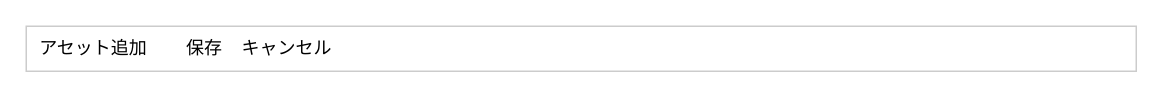
kwgt/luwiki keeps this draw.io diagram as page "編集画面 - 操作ボタンレイアウトのコピー" (6 of 7) of docs/fig/view-page_layout.drawio. Above is the earlier version. Source tidied: cells renumbered, new cells numbered last; positions are measured from the earlier drawing's top-left corner, leaving out a move shared by most shapes. Both pictures are drawn from the tidied source at 150%, with x=0, y=0 at pixel (26, 26).
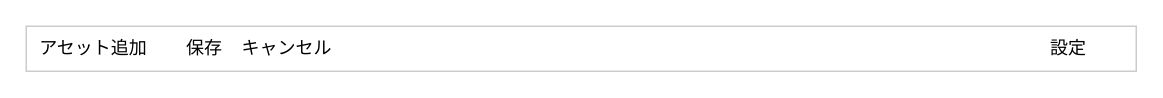
After the change.

The edit, as a diff of the source:
```diff
@@
 <mxGraphModel>
   <root>
     <mxCell id="0" />
     <mxCell id="1" parent="0" />
     <mxCell id="2" style="rounded=0;whiteSpace=wrap;html=1;strokeColor=#CCCCCC;" parent="1" vertex="1">
       <mxGeometry width="740" height="30" as="geometry" />
     </mxCell>
     <mxCell id="3" value="保存" style="text;html=1;whiteSpace=wrap;strokeColor=none;fillColor=none;align=center;verticalAlign=middle;rounded=0;" parent="1" vertex="1">
       <mxGeometry x="96" width="46" height="30" as="geometry" />
     </mxCell>
     <mxCell id="4" value="キャンセル" style="text;html=1;whiteSpace=wrap;strokeColor=none;fillColor=none;align=center;verticalAlign=middle;rounded=0;" parent="1" vertex="1">
       <mxGeometry x="142" width="64" height="30" as="geometry" />
     </mxCell>
     <mxCell id="5" value="アセット追加" style="text;html=1;whiteSpace=wrap;strokeColor=none;fillColor=none;align=center;verticalAlign=middle;rounded=0;" parent="1" vertex="1">
       <mxGeometry width="90" height="30" as="geometry" />
     </mxCell>
+    <mxCell id="6" value="設定" style="text;html=1;whiteSpace=wrap;strokeColor=none;fillColor=none;align=center;verticalAlign=middle;rounded=0;" parent="1" vertex="1">
+      <mxGeometry x="650" width="90" height="30" as="geometry" />
+    </mxCell>
   </root>
 </mxGraphModel>
```
